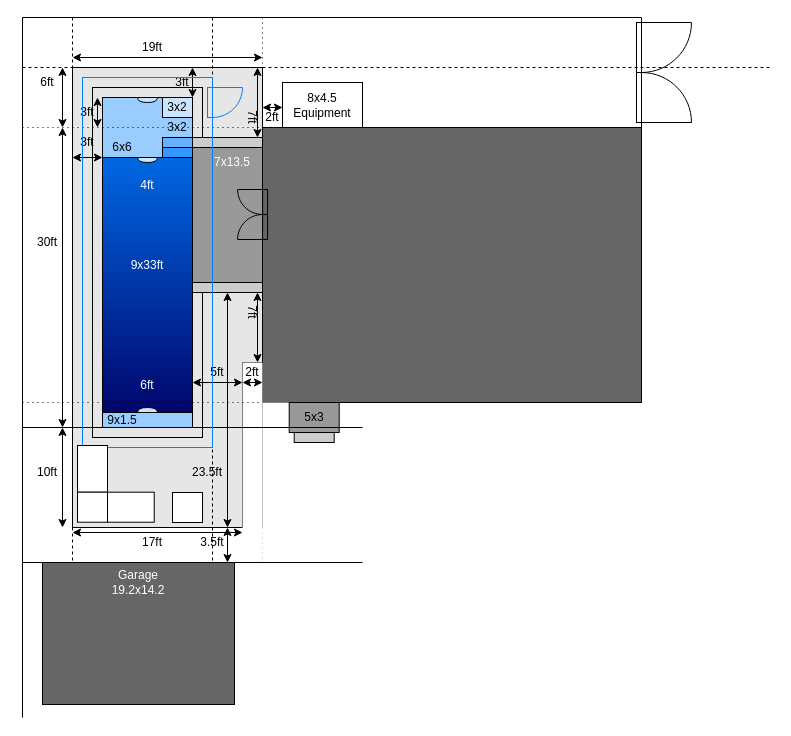
The draw.io diagram PoolPlan.drawio in hikumealan/draw-io-diagrams, before the edit. Source tidied: cells renumbered, new cells numbered last; positions are measured from the earlier drawing's top-left corner, leaving out a move shared by most shapes. Both pictures are drawn from the tidied source at 100%, with x=0, y=0 at pixel (17, 17).
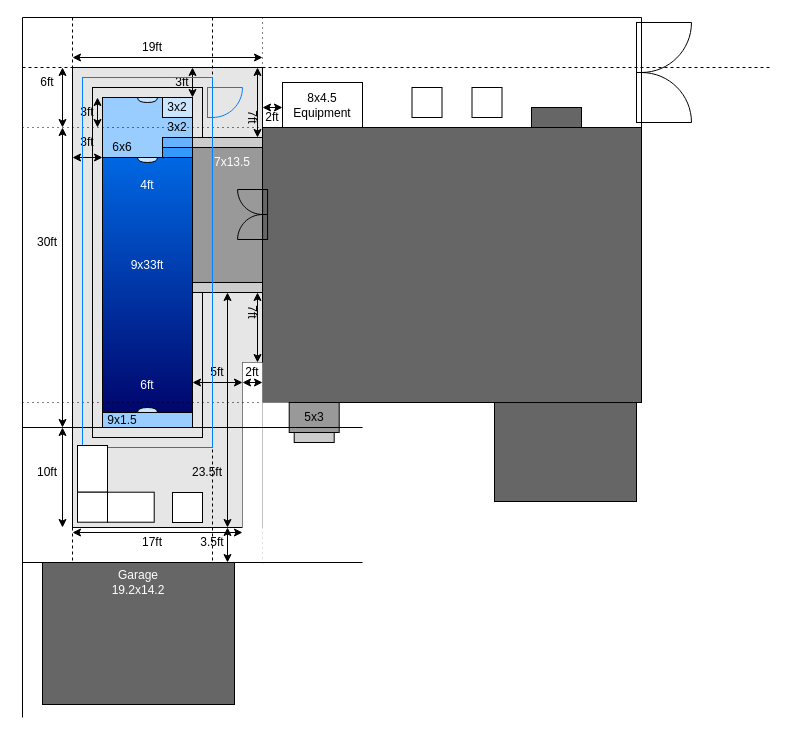
Above is the later version.

Change to the diagram source:
```diff
@@
+    <mxCell id="90" style="rounded=0;whiteSpace=wrap;html=1;fillColor=#666666;" parent="1" vertex="1">
+      <mxGeometry x="514" y="90" width="50" height="20" as="geometry" />
+    </mxCell>
+    <mxCell id="91" style="rounded=0;whiteSpace=wrap;html=1;fillColor=#FFFFFF;" parent="1" vertex="1">
+      <mxGeometry x="454.5" y="70" width="30" height="30" as="geometry" />
+    </mxCell>
+    <mxCell id="92" style="rounded=0;whiteSpace=wrap;html=1;fillColor=#FFFFFF;" parent="1" vertex="1">
+      <mxGeometry x="394.5" y="70" width="30" height="30" as="geometry" />
+    </mxCell>
+    <mxCell id="93" style="rounded=0;whiteSpace=wrap;html=1;fillColor=#666666;" parent="1" vertex="1">
+      <mxGeometry x="477" y="385" width="142" height="99" as="geometry" />
+    </mxCell>
```
